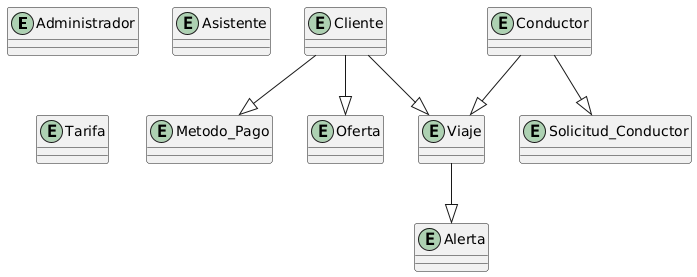
Above: documentacion/diagramas/base_de_datos/modelo_logico.png in 2730538920101/AYD2_PROYECTO_G2 (PlantUML), before the change.
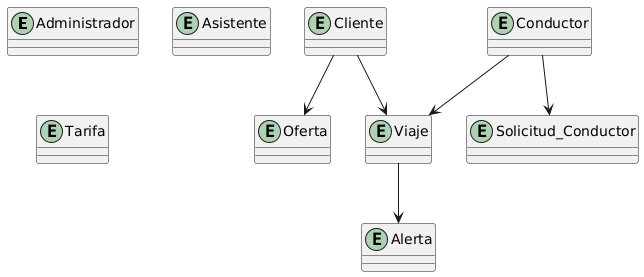
After the change.

Diff of the diagram source:
```diff
@@ -1,19 +1,34 @@
 @startuml
-entity "Administrador" as Administrador
-entity "Asistente" as Asistente
-entity "Cliente" as Cliente
-entity "Metodo_Pago" as Metodo_Pago
-entity "Oferta" as Oferta
-entity "Solicitud_Conductor" as Solicitud_Conductor
-entity "Conductor" as Conductor
-entity "Viaje" as Viaje
-entity "Alerta" as Alerta
-entity "Tarifa" as Tarifa
+entity Administrador {
+}
 
-Cliente --|> Metodo_Pago
-Cliente --|> Oferta
-Cliente --|> Viaje
-Conductor --|> Viaje
-Viaje --|> Alerta
-Conductor --|> Solicitud_Conductor
+entity Asistente {
+}
+
+entity Cliente {
+}
+
+entity Conductor {
+}
+
+entity Tarifa {
+}
+
+entity Oferta {
+}
+
+entity Viaje {
+}
+
+entity Solicitud_Conductor {
+}
+
+entity Alerta {
+}
+
+Cliente --> Oferta
+Cliente --> Viaje
+Conductor --> Viaje
+Conductor --> Solicitud_Conductor
+Viaje --> Alerta
 @enduml
```
